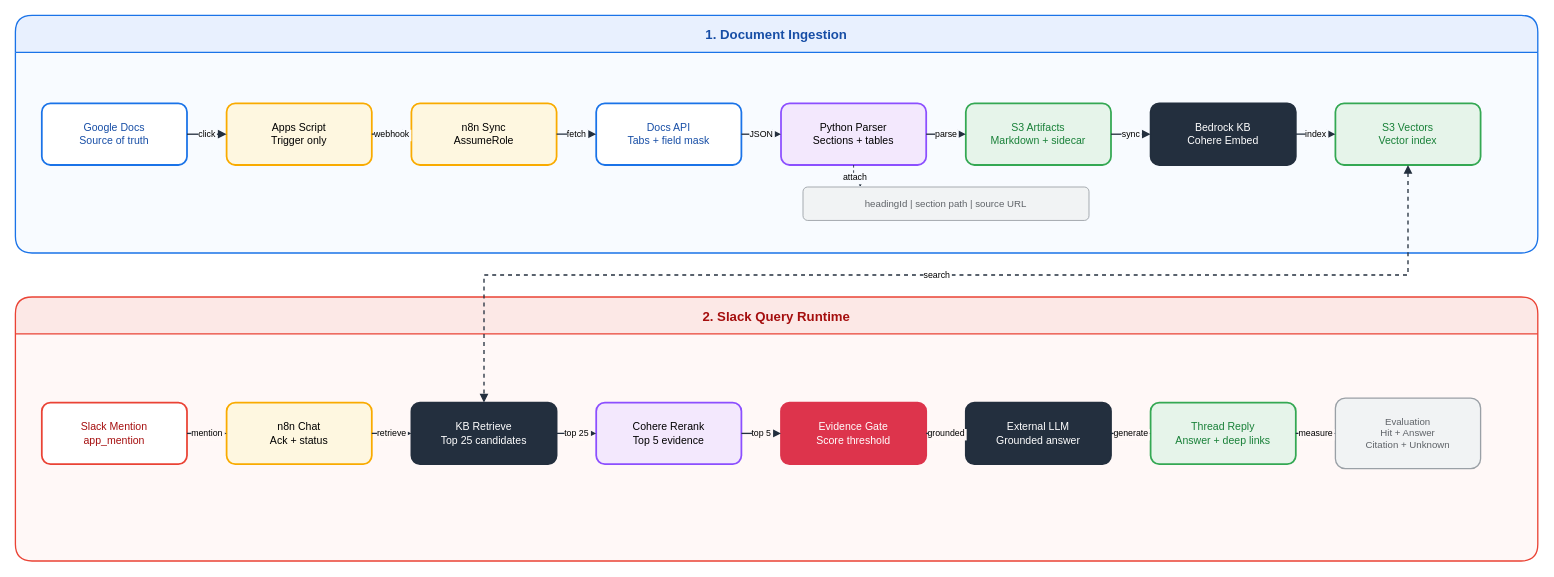
KKamJi98/kkamji98.github.io keeps this draw.io diagram as assets/img/aws/bedrock-slack-rag-architecture.drawio. Above is the earlier version. Source tidied: cells renumbered, new cells numbered last; positions are measured from the earlier drawing's top-left corner, leaving out a move shared by most shapes. Both pictures are drawn from the tidied source at 88%, with x=0, y=0 at pixel (15, 15).
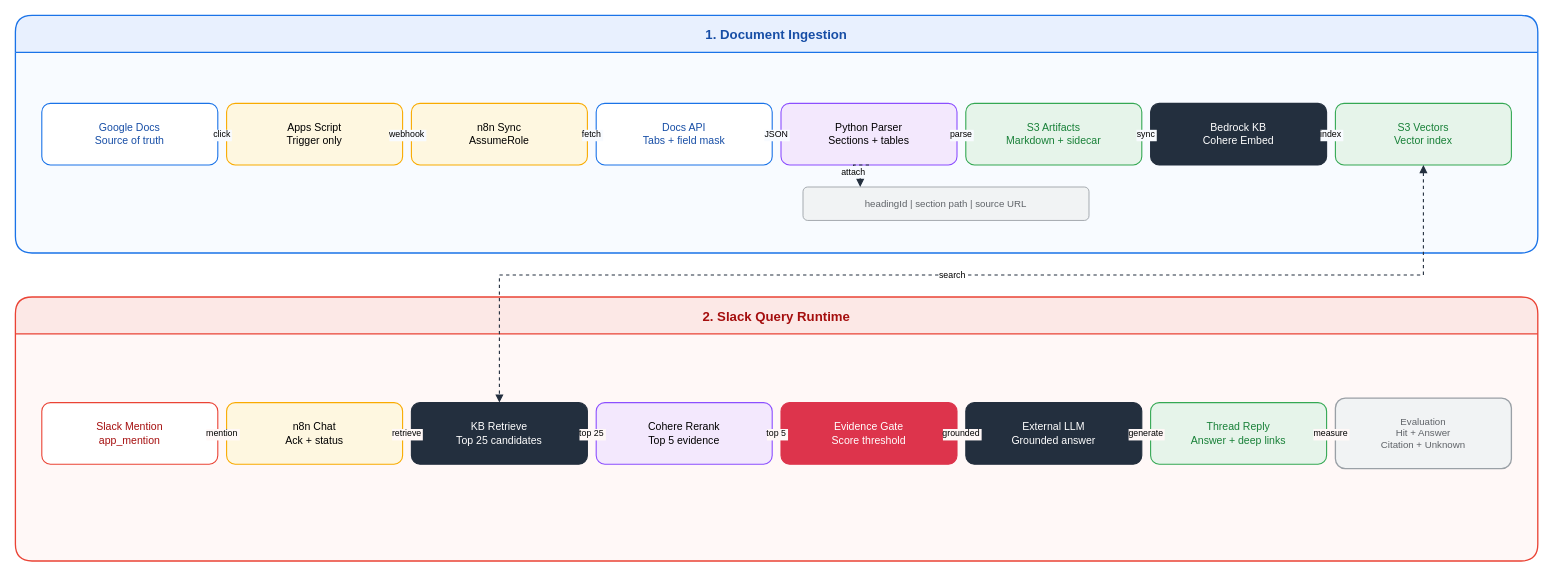
Above is the later version.

The change refers to these unchanged cells:
```xml
<mxCell id="12" value="headingId | section path | source URL" style="rounded=1;arcSize=14;whiteSpace=wrap;html=0;fillColor=#F1F3F4;strokeColor=#9AA0A6;strokeWidth=1;fontSize=11;fontColor=#5F6368;shadow=0;" parent="1" vertex="1">
  <mxGeometry x="895" y="195" width="325" height="38" as="geometry" />
</mxCell>
```

The edit, as a diff of the source:
```diff
@@
-    <mxCell id="4" value="Google Docs&#10;Source of truth" style="rounded=1;arcSize=14;whiteSpace=wrap;html=0;fillColor=#FFFFFF;strokeColor=#1A73E8;strokeWidth=2;fontSize=12;fontColor=#174EA6;shadow=0;" parent="1" vertex="1">
-      <mxGeometry x="30" y="100" width="165" height="70" as="geometry" />
+    <mxCell id="4" value="Google Docs&#10;Source of truth" style="rounded=1;arcSize=14;whiteSpace=wrap;html=0;fillColor=#FFFFFF;strokeColor=#1A73E8;strokeWidth=1.25;fontSize=12;fontColor=#174EA6;shadow=0;" parent="1" vertex="1">
+      <mxGeometry x="30" y="100" width="200" height="70" as="geometry" />
     </mxCell>
-    <mxCell id="5" value="Apps Script&#10;Trigger only" style="rounded=1;arcSize=14;whiteSpace=wrap;html=0;fillColor=#FEF7E0;strokeColor=#F9AB00;strokeWidth=2;fontSize=12;fontColor=#000000;shadow=0;" parent="1" vertex="1">
-      <mxGeometry x="240" y="100" width="165" height="70" as="geometry" />
+    <mxCell id="5" value="Apps Script&#10;Trigger only" style="rounded=1;arcSize=14;whiteSpace=wrap;html=0;fillColor=#FEF7E0;strokeColor=#F9AB00;strokeWidth=1.25;fontSize=12;fontColor=#000000;shadow=0;" parent="1" vertex="1">
+      <mxGeometry x="240" y="100" width="200" height="70" as="geometry" />
     </mxCell>
-    <mxCell id="6" value="n8n Sync&#10;AssumeRole" style="rounded=1;arcSize=14;whiteSpace=wrap;html=0;fillColor=#FEF7E0;strokeColor=#F9AB00;strokeWidth=2;fontSize=12;fontColor=#000000;shadow=0;" parent="1" vertex="1">
-      <mxGeometry x="450" y="100" width="165" height="70" as="geometry" />
+    <mxCell id="6" value="n8n Sync&#10;AssumeRole" style="rounded=1;arcSize=14;whiteSpace=wrap;html=0;fillColor=#FEF7E0;strokeColor=#F9AB00;strokeWidth=1.25;fontSize=12;fontColor=#000000;shadow=0;" parent="1" vertex="1">
+      <mxGeometry x="450" y="100" width="200" height="70" as="geometry" />
     </mxCell>
-    <mxCell id="7" value="Docs API&#10;Tabs + field mask" style="rounded=1;arcSize=14;whiteSpace=wrap;html=0;fillColor=#FFFFFF;strokeColor=#1A73E8;strokeWidth=2;fontSize=12;fontColor=#174EA6;shadow=0;" parent="1" vertex="1">
-      <mxGeometry x="660" y="100" width="165" height="70" as="geometry" />
+    <mxCell id="7" value="Docs API&#10;Tabs + field mask" style="rounded=1;arcSize=14;whiteSpace=wrap;html=0;fillColor=#FFFFFF;strokeColor=#1A73E8;strokeWidth=1.25;fontSize=12;fontColor=#174EA6;shadow=0;" parent="1" vertex="1">
+      <mxGeometry x="660" y="100" width="200" height="70" as="geometry" />
     </mxCell>
-    <mxCell id="8" value="Python Parser&#10;Sections + tables" style="rounded=1;arcSize=14;whiteSpace=wrap;html=0;fillColor=#F3E8FD;strokeColor=#8C4FFF;strokeWidth=2;fontSize=12;fontColor=#000000;shadow=0;" parent="1" vertex="1">
-      <mxGeometry x="870" y="100" width="165" height="70" as="geometry" />
+    <mxCell id="8" value="Python Parser&#10;Sections + tables" style="rounded=1;arcSize=14;whiteSpace=wrap;html=0;fillColor=#F3E8FD;strokeColor=#8C4FFF;strokeWidth=1.25;fontSize=12;fontColor=#000000;shadow=0;" parent="1" vertex="1">
+      <mxGeometry x="870" y="100" width="200" height="70" as="geometry" />
     </mxCell>
-    <mxCell id="9" value="S3 Artifacts&#10;Markdown + sidecar" style="rounded=1;arcSize=14;whiteSpace=wrap;html=0;fillColor=#E6F4EA;strokeColor=#34A853;strokeWidth=2;fontSize=12;fontColor=#188038;shadow=0;" parent="1" vertex="1">
-      <mxGeometry x="1080" y="100" width="165" height="70" as="geometry" />
+    <mxCell id="9" value="S3 Artifacts&#10;Markdown + sidecar" style="rounded=1;arcSize=14;whiteSpace=wrap;html=0;fillColor=#E6F4EA;strokeColor=#34A853;strokeWidth=1.25;fontSize=12;fontColor=#188038;shadow=0;" parent="1" vertex="1">
+      <mxGeometry x="1080" y="100" width="200" height="70" as="geometry" />
     </mxCell>
-    <mxCell id="10" value="Bedrock KB&#10;Cohere Embed" style="rounded=1;arcSize=14;whiteSpace=wrap;html=0;fillColor=#232F3E;strokeColor=#232F3E;strokeWidth=2;fontSize=12;fontColor=#FFFFFF;shadow=0;" parent="1" vertex="1">
-      <mxGeometry x="1290" y="100" width="165" height="70" as="geometry" />
+    <mxCell id="10" value="Bedrock KB&#10;Cohere Embed" style="rounded=1;arcSize=14;whiteSpace=wrap;html=0;fillColor=#232F3E;strokeColor=#232F3E;strokeWidth=1.25;fontSize=12;fontColor=#FFFFFF;shadow=0;" parent="1" vertex="1">
+      <mxGeometry x="1290" y="100" width="200" height="70" as="geometry" />
     </mxCell>
-    <mxCell id="11" value="S3 Vectors&#10;Vector index" style="rounded=1;arcSize=14;whiteSpace=wrap;html=0;fillColor=#E6F4EA;strokeColor=#34A853;strokeWidth=2;fontSize=12;fontColor=#188038;shadow=0;" parent="1" vertex="1">
-      <mxGeometry x="1500" y="100" width="165" height="70" as="geometry" />
+    <mxCell id="11" value="S3 Vectors&#10;Vector index" style="rounded=1;arcSize=14;whiteSpace=wrap;html=0;fillColor=#E6F4EA;strokeColor=#34A853;strokeWidth=1.25;fontSize=12;fontColor=#188038;shadow=0;" parent="1" vertex="1">
+      <mxGeometry x="1500" y="100" width="200" height="70" as="geometry" />
     </mxCell>
@@
-    <mxCell id="13" value="Slack Mention&#10;app_mention" style="rounded=1;arcSize=14;whiteSpace=wrap;html=0;fillColor=#FFFFFF;strokeColor=#EA4335;strokeWidth=2;fontSize=12;fontColor=#A50E0E;shadow=0;" parent="1" vertex="1">
-      <mxGeometry x="30" y="440" width="165" height="70" as="geometry" />
+    <mxCell id="13" value="Slack Mention&#10;app_mention" style="rounded=1;arcSize=14;whiteSpace=wrap;html=0;fillColor=#FFFFFF;strokeColor=#EA4335;strokeWidth=1.25;fontSize=12;fontColor=#A50E0E;shadow=0;" parent="1" vertex="1">
+      <mxGeometry x="30" y="440" width="200" height="70" as="geometry" />
     </mxCell>
-    <mxCell id="14" value="n8n Chat&#10;Ack + status" style="rounded=1;arcSize=14;whiteSpace=wrap;html=0;fillColor=#FEF7E0;strokeColor=#F9AB00;strokeWidth=2;fontSize=12;fontColor=#000000;shadow=0;" parent="1" vertex="1">
-      <mxGeometry x="240" y="440" width="165" height="70" as="geometry" />
+    <mxCell id="14" value="n8n Chat&#10;Ack + status" style="rounded=1;arcSize=14;whiteSpace=wrap;html=0;fillColor=#FEF7E0;strokeColor=#F9AB00;strokeWidth=1.25;fontSize=12;fontColor=#000000;shadow=0;" parent="1" vertex="1">
+      <mxGeometry x="240" y="440" width="200" height="70" as="geometry" />
     </mxCell>
-    <mxCell id="15" value="KB Retrieve&#10;Top 25 candidates" style="rounded=1;arcSize=14;whiteSpace=wrap;html=0;fillColor=#232F3E;strokeColor=#232F3E;strokeWidth=2;fontSize=12;fontColor=#FFFFFF;shadow=0;" parent="1" vertex="1">
-      <mxGeometry x="450" y="440" width="165" height="70" as="geometry" />
+    <mxCell id="15" value="KB Retrieve&#10;Top 25 candidates" style="rounded=1;arcSize=14;whiteSpace=wrap;html=0;fillColor=#232F3E;strokeColor=#232F3E;strokeWidth=1.25;fontSize=12;fontColor=#FFFFFF;shadow=0;" parent="1" vertex="1">
+      <mxGeometry x="450" y="440" width="200" height="70" as="geometry" />
     </mxCell>
-    <mxCell id="16" value="Cohere Rerank&#10;Top 5 evidence" style="rounded=1;arcSize=14;whiteSpace=wrap;html=0;fillColor=#F3E8FD;strokeColor=#8C4FFF;strokeWidth=2;fontSize=12;fontColor=#000000;shadow=0;" parent="1" vertex="1">
-      <mxGeometry x="660" y="440" width="165" height="70" as="geometry" />
+    <mxCell id="16" value="Cohere Rerank&#10;Top 5 evidence" style="rounded=1;arcSize=14;whiteSpace=wrap;html=0;fillColor=#F3E8FD;strokeColor=#8C4FFF;strokeWidth=1.25;fontSize=12;fontColor=#000000;shadow=0;" parent="1" vertex="1">
+      <mxGeometry x="660" y="440" width="200" height="70" as="geometry" />
     </mxCell>
-    <mxCell id="17" value="Evidence Gate&#10;Score threshold" style="rounded=1;arcSize=14;whiteSpace=wrap;html=0;fillColor=#DD344C;strokeColor=#DD344C;strokeWidth=2;fontSize=12;fontColor=#FFFFFF;shadow=0;" parent="1" vertex="1">
-      <mxGeometry x="870" y="440" width="165" height="70" as="geometry" />
+    <mxCell id="17" value="Evidence Gate&#10;Score threshold" style="rounded=1;arcSize=14;whiteSpace=wrap;html=0;fillColor=#DD344C;strokeColor=#DD344C;strokeWidth=1.25;fontSize=12;fontColor=#FFFFFF;shadow=0;" parent="1" vertex="1">
+      <mxGeometry x="870" y="440" width="200" height="70" as="geometry" />
     </mxCell>
-    <mxCell id="18" value="External LLM&#10;Grounded answer" style="rounded=1;arcSize=14;whiteSpace=wrap;html=0;fillColor=#232F3E;strokeColor=#232F3E;strokeWidth=2;fontSize=12;fontColor=#FFFFFF;shadow=0;" parent="1" vertex="1">
-      <mxGeometry x="1080" y="440" width="165" height="70" as="geometry" />
+    <mxCell id="18" value="External LLM&#10;Grounded answer" style="rounded=1;arcSize=14;whiteSpace=wrap;html=0;fillColor=#232F3E;strokeColor=#232F3E;strokeWidth=1.25;fontSize=12;fontColor=#FFFFFF;shadow=0;" parent="1" vertex="1">
+      <mxGeometry x="1080" y="440" width="200" height="70" as="geometry" />
     </mxCell>
-    <mxCell id="19" value="Thread Reply&#10;Answer + deep links" style="rounded=1;arcSize=14;whiteSpace=wrap;html=0;fillColor=#E6F4EA;strokeColor=#34A853;strokeWidth=2;fontSize=12;fontColor=#188038;shadow=0;" parent="1" vertex="1">
-      <mxGeometry x="1290" y="440" width="165" height="70" as="geometry" />
+    <mxCell id="19" value="Thread Reply&#10;Answer + deep links" style="rounded=1;arcSize=14;whiteSpace=wrap;html=0;fillColor=#E6F4EA;strokeColor=#34A853;strokeWidth=1.25;fontSize=12;fontColor=#188038;shadow=0;" parent="1" vertex="1">
+      <mxGeometry x="1290" y="440" width="200" height="70" as="geometry" />
     </mxCell>
     <mxCell id="20" value="Evaluation&#10;Hit + Answer&#10;Citation + Unknown" style="rounded=1;arcSize=14;whiteSpace=wrap;html=0;fillColor=#F1F3F4;strokeColor=#9AA0A6;strokeWidth=1.5;fontSize=11;fontColor=#5F6368;shadow=0;" parent="1" vertex="1">
-      <mxGeometry x="1500" y="435" width="165" height="80" as="geometry" />
+      <mxGeometry x="1500" y="435" width="200" height="80" as="geometry" />
     </mxCell>
-    <mxCell id="21" value="click" style="edgeStyle=orthogonalEdgeStyle;rounded=0;html=0;endArrow=block;strokeColor=#232F3E;strokeWidth=1.5;fontSize=10;fontColor=#000000;labelBackgroundColor=#F8FBFF;" parent="1" edge="1" source="4" target="5">
+    <mxCell id="21" value="click" style="edgeStyle=orthogonalEdgeStyle;rounded=0;html=0;endArrow=block;strokeColor=#232F3E;strokeWidth=1.25;fontSize=10;fontColor=#000000;labelBackgroundColor=#F8FBFF;" parent="1" edge="1" source="4" target="5">
       <mxGeometry relative="1" as="geometry" />
     </mxCell>
-    <mxCell id="22" value="webhook" style="edgeStyle=orthogonalEdgeStyle;rounded=0;html=0;endArrow=block;strokeColor=#232F3E;strokeWidth=1.5;fontSize=10;fontColor=#000000;labelBackgroundColor=#F8FBFF;" parent="1" edge="1" source="5" target="6">
+    <mxCell id="22" value="webhook" style="edgeStyle=orthogonalEdgeStyle;rounded=0;html=0;endArrow=block;strokeColor=#232F3E;strokeWidth=1.25;fontSize=10;fontColor=#000000;labelBackgroundColor=#F8FBFF;" parent="1" edge="1" source="5" target="6">
       <mxGeometry relative="1" as="geometry" />
     </mxCell>
-    <mxCell id="23" value="fetch" style="edgeStyle=orthogonalEdgeStyle;rounded=0;html=0;endArrow=block;strokeColor=#232F3E;strokeWidth=1.5;fontSize=10;fontColor=#000000;labelBackgroundColor=#F8FBFF;" parent="1" edge="1" source="6" target="7">
+    <mxCell id="23" value="fetch" style="edgeStyle=orthogonalEdgeStyle;rounded=0;html=0;endArrow=block;strokeColor=#232F3E;strokeWidth=1.25;fontSize=10;fontColor=#000000;labelBackgroundColor=#F8FBFF;" parent="1" edge="1" source="6" target="7">
       <mxGeometry relative="1" as="geometry" />
     </mxCell>
-    <mxCell id="24" value="JSON" style="edgeStyle=orthogonalEdgeStyle;rounded=0;html=0;endArrow=block;strokeColor=#232F3E;strokeWidth=1.5;fontSize=10;fontColor=#000000;labelBackgroundColor=#F8FBFF;" parent="1" edge="1" source="7" target="8">
+    <mxCell id="24" value="JSON" style="edgeStyle=orthogonalEdgeStyle;rounded=0;html=0;endArrow=block;strokeColor=#232F3E;strokeWidth=1.25;fontSize=10;fontColor=#000000;labelBackgroundColor=#F8FBFF;" parent="1" edge="1" source="7" target="8">
       <mxGeometry relative="1" as="geometry" />
     </mxCell>
-    <mxCell id="25" value="parse" style="edgeStyle=orthogonalEdgeStyle;rounded=0;html=0;endArrow=block;strokeColor=#232F3E;strokeWidth=1.5;fontSize=10;fontColor=#000000;labelBackgroundColor=#F8FBFF;" parent="1" edge="1" source="8" target="9">
+    <mxCell id="25" value="parse" style="edgeStyle=orthogonalEdgeStyle;rounded=0;html=0;endArrow=block;strokeColor=#232F3E;strokeWidth=1.25;fontSize=10;fontColor=#000000;labelBackgroundColor=#F8FBFF;" parent="1" edge="1" source="8" target="9">
       <mxGeometry relative="1" as="geometry" />
     </mxCell>
-    <mxCell id="26" value="sync" style="edgeStyle=orthogonalEdgeStyle;rounded=0;html=0;endArrow=block;strokeColor=#232F3E;strokeWidth=1.5;fontSize=10;fontColor=#000000;labelBackgroundColor=#F8FBFF;" parent="1" edge="1" source="9" target="10">
+    <mxCell id="26" value="sync" style="edgeStyle=orthogonalEdgeStyle;rounded=0;html=0;endArrow=block;strokeColor=#232F3E;strokeWidth=1.25;fontSize=10;fontColor=#000000;labelBackgroundColor=#F8FBFF;" parent="1" edge="1" source="9" target="10">
       <mxGeometry relative="1" as="geometry" />
     </mxCell>
-    <mxCell id="27" value="index" style="edgeStyle=orthogonalEdgeStyle;rounded=0;html=0;endArrow=block;strokeColor=#232F3E;strokeWidth=1.5;fontSize=10;fontColor=#000000;labelBackgroundColor=#F8FBFF;" parent="1" edge="1" source="10" target="11">
+    <mxCell id="27" value="index" style="edgeStyle=orthogonalEdgeStyle;rounded=0;html=0;endArrow=block;strokeColor=#232F3E;strokeWidth=1.25;fontSize=10;fontColor=#000000;labelBackgroundColor=#F8FBFF;" parent="1" edge="1" source="10" target="11">
       <mxGeometry relative="1" as="geometry" />
     </mxCell>
-    <mxCell id="28" value="attach" style="edgeStyle=orthogonalEdgeStyle;rounded=0;html=0;endArrow=block;dashed=1;strokeColor=#232F3E;strokeWidth=1;fontSize=10;fontColor=#000000;labelBackgroundColor=#F8FBFF;exitX=0.5;exitY=1;entryX=0.2;entryY=0;" parent="1" edge="1" source="8" target="12">
+    <mxCell id="28" value="attach" style="edgeStyle=orthogonalEdgeStyle;rounded=0;html=0;endArrow=block;dashed=1;strokeColor=#232F3E;strokeWidth=1.25;fontSize=10;fontColor=#000000;labelBackgroundColor=#F8FBFF;exitX=0.5;exitY=1;entryX=0.2;entryY=0;" parent="1" edge="1" source="8" target="12">
       <mxGeometry relative="1" as="geometry">
         <Array as="points">
           <mxPoint x="952.5" y="184" />
           <mxPoint x="960" y="184" />
         </Array>
       </mxGeometry>
     </mxCell>
-    <mxCell id="29" value="mention" style="edgeStyle=orthogonalEdgeStyle;rounded=0;html=0;endArrow=block;strokeColor=#232F3E;strokeWidth=1.5;fontSize=10;fontColor=#000000;labelBackgroundColor=#FFF8F7;" parent="1" edge="1" source="13" target="14">
+    <mxCell id="29" value="mention" style="edgeStyle=orthogonalEdgeStyle;rounded=0;html=0;endArrow=block;strokeColor=#232F3E;strokeWidth=1.25;fontSize=10;fontColor=#000000;labelBackgroundColor=#FFF8F7;" parent="1" edge="1" source="13" target="14">
       <mxGeometry relative="1" as="geometry" />
     </mxCell>
-    <mxCell id="30" value="retrieve" style="edgeStyle=orthogonalEdgeStyle;rounded=0;html=0;endArrow=block;strokeColor=#232F3E;strokeWidth=1.5;fontSize=10;fontColor=#000000;labelBackgroundColor=#FFF8F7;" parent="1" edge="1" source="14" target="15">
+    <mxCell id="30" value="retrieve" style="edgeStyle=orthogonalEdgeStyle;rounded=0;html=0;endArrow=block;strokeColor=#232F3E;strokeWidth=1.25;fontSize=10;fontColor=#000000;labelBackgroundColor=#FFF8F7;" parent="1" edge="1" source="14" target="15">
       <mxGeometry relative="1" as="geometry" />
     </mxCell>
-    <mxCell id="31" value="top 25" style="edgeStyle=orthogonalEdgeStyle;rounded=0;html=0;endArrow=block;strokeColor=#232F3E;strokeWidth=1.5;fontSize=10;fontColor=#000000;labelBackgroundColor=#FFF8F7;" parent="1" edge="1" source="15" target="16">
+    <mxCell id="31" value="top 25" style="edgeStyle=orthogonalEdgeStyle;rounded=0;html=0;endArrow=block;strokeColor=#232F3E;strokeWidth=1.25;fontSize=10;fontColor=#000000;labelBackgroundColor=#FFF8F7;" parent="1" edge="1" source="15" target="16">
       <mxGeometry relative="1" as="geometry" />
     </mxCell>
-    <mxCell id="32" value="top 5" style="edgeStyle=orthogonalEdgeStyle;rounded=0;html=0;endArrow=block;strokeColor=#232F3E;strokeWidth=1.5;fontSize=10;fontColor=#000000;labelBackgroundColor=#FFF8F7;" parent="1" edge="1" source="16" target="17">
+    <mxCell id="32" value="top 5" style="edgeStyle=orthogonalEdgeStyle;rounded=0;html=0;endArrow=block;strokeColor=#232F3E;strokeWidth=1.25;fontSize=10;fontColor=#000000;labelBackgroundColor=#FFF8F7;" parent="1" edge="1" source="16" target="17">
       <mxGeometry relative="1" as="geometry" />
     </mxCell>
-    <mxCell id="33" value="grounded" style="edgeStyle=orthogonalEdgeStyle;rounded=0;html=0;endArrow=block;strokeColor=#232F3E;strokeWidth=1.5;fontSize=10;fontColor=#000000;labelBackgroundColor=#FFF8F7;" parent="1" edge="1" source="17" target="18">
+    <mxCell id="33" value="grounded" style="edgeStyle=orthogonalEdgeStyle;rounded=0;html=0;endArrow=block;strokeColor=#232F3E;strokeWidth=1.25;fontSize=10;fontColor=#000000;labelBackgroundColor=#FFF8F7;" parent="1" edge="1" source="17" target="18">
       <mxGeometry relative="1" as="geometry" />
     </mxCell>
-    <mxCell id="34" value="generate" style="edgeStyle=orthogonalEdgeStyle;rounded=0;html=0;endArrow=block;strokeColor=#232F3E;strokeWidth=1.5;fontSize=10;fontColor=#000000;labelBackgroundColor=#FFF8F7;" parent="1" edge="1" source="18" target="19">
+    <mxCell id="34" value="generate" style="edgeStyle=orthogonalEdgeStyle;rounded=0;html=0;endArrow=block;strokeColor=#232F3E;strokeWidth=1.25;fontSize=10;fontColor=#000000;labelBackgroundColor=#FFF8F7;" parent="1" edge="1" source="18" target="19">
       <mxGeometry relative="1" as="geometry" />
     </mxCell>
-    <mxCell id="35" value="measure" style="edgeStyle=orthogonalEdgeStyle;rounded=0;html=0;endArrow=block;dashed=1;strokeColor=#232F3E;strokeWidth=1.5;fontSize=10;fontColor=#000000;labelBackgroundColor=#FFF8F7;" parent="1" edge="1" source="19" target="20">
+    <mxCell id="35" value="measure" style="edgeStyle=orthogonalEdgeStyle;rounded=0;html=0;endArrow=block;dashed=1;strokeColor=#232F3E;strokeWidth=1.25;fontSize=10;fontColor=#000000;labelBackgroundColor=#FFF8F7;" parent="1" edge="1" source="19" target="20">
       <mxGeometry relative="1" as="geometry" />
     </mxCell>
-    <mxCell id="36" value="search" style="edgeStyle=orthogonalEdgeStyle;rounded=0;html=0;startArrow=block;endArrow=block;dashed=1;strokeColor=#232F3E;strokeWidth=1.5;fontSize=10;fontColor=#000000;labelBackgroundColor=#FFFFFF;exitX=0.5;exitY=1;entryX=0.5;entryY=0;" parent="1" edge="1" source="11" target="15">
+    <mxCell id="36" value="search" style="edgeStyle=orthogonalEdgeStyle;rounded=0;html=0;startArrow=block;endArrow=block;dashed=1;strokeColor=#232F3E;strokeWidth=1.25;fontSize=10;fontColor=#000000;labelBackgroundColor=#FFFFFF;exitX=0.5;exitY=1;entryX=0.5;entryY=0;" parent="1" edge="1" source="11" target="15">
       <mxGeometry relative="1" as="geometry">
         <Array as="points">
           <mxPoint x="1582.5" y="295" />
           <mxPoint x="532.5" y="295" />
         </Array>
       </mxGeometry>
     </mxCell>
```
